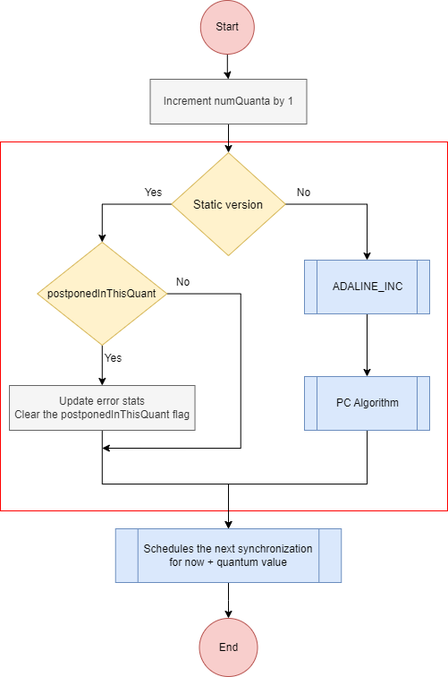
Before: Images/NewGlobalSyncEventStatic.png, a diagram exported from draw.io (HugoRibeiro-A88287-UM/MasterThesis). Source tidied: cells renumbered, new cells last; positions are measured from the earlier drawing's top-left corner, leaving out a move shared by most shapes.
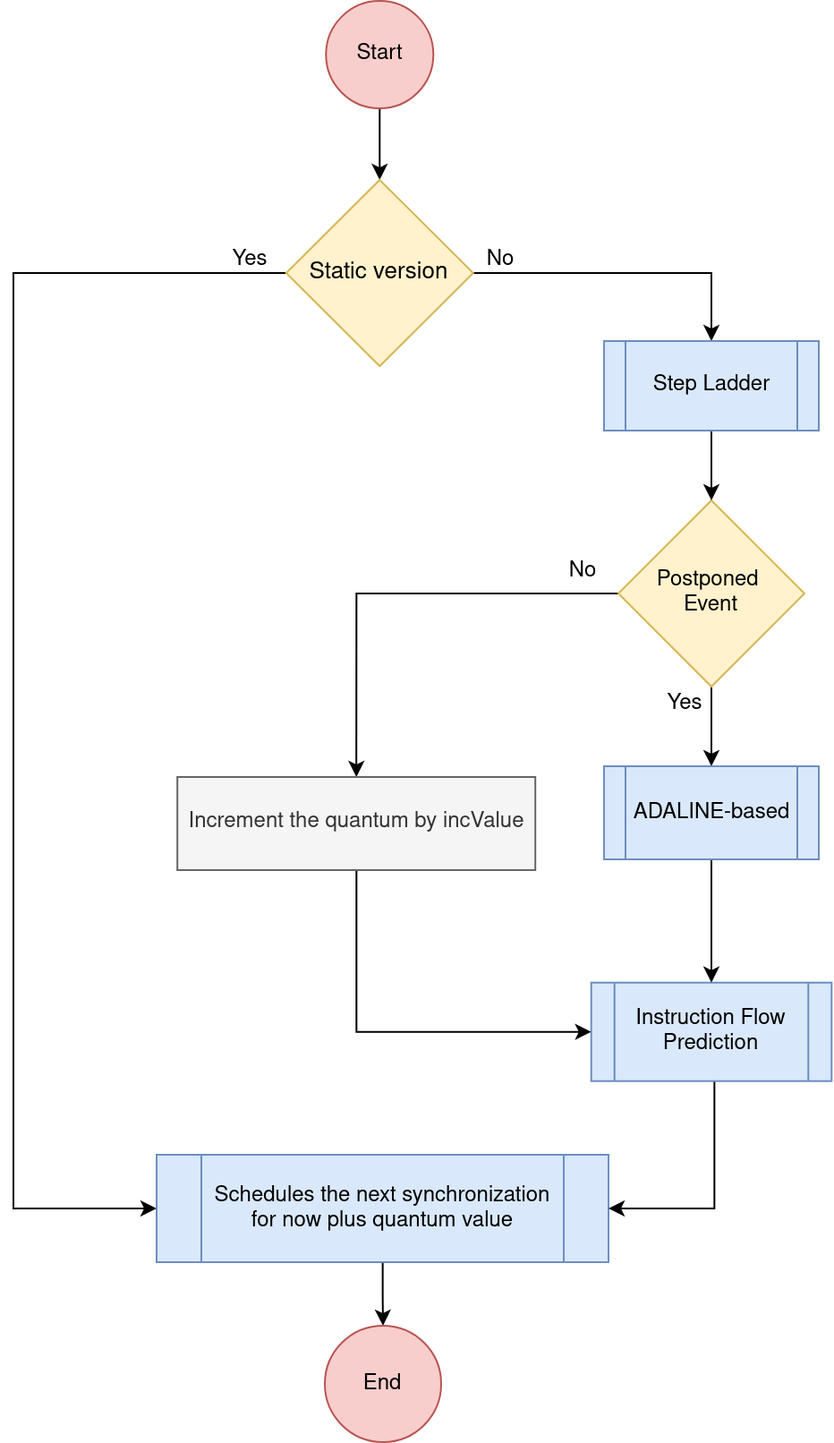
Above is the later version.

Change to the diagram source:
```diff
@@ -2,93 +2,87 @@
   <root>
     <mxCell id="0" />
     <mxCell id="1" parent="0" />
-    <mxCell id="2" style="rounded=0;whiteSpace=wrap;html=1;strokeColor=#FF0000;" parent="1" vertex="1">
-      <mxGeometry y="158" width="500" height="412" as="geometry" />
+    <mxCell id="2" style="edgeStyle=orthogonalEdgeStyle;rounded=0;jettySize=auto;html=1;entryX=0.5;entryY=0;entryDx=0;entryDy=0;" parent="1" edge="1" source="3" target="8">
+      <mxGeometry relative="1" as="geometry" />
     </mxCell>
-    <mxCell id="3" style="edgeStyle=orthogonalEdgeStyle;rounded=0;jettySize=auto;html=1;entryX=0.5;entryY=0;entryDx=0;entryDy=0;" parent="1" edge="1" source="4" target="6">
-      <mxGeometry relative="1" as="geometry" />
+    <mxCell id="3" value="Start" style="ellipse;whiteSpace=wrap;html=1;fillColor=#f8cecc;strokeColor=#b85450;" parent="1" vertex="1">
+      <mxGeometry x="234.7" y="70" width="60" height="60" as="geometry" />
     </mxCell>
-    <mxCell id="4" value="Start" style="ellipse;whiteSpace=wrap;html=1;fillColor=#f8cecc;strokeColor=#b85450;" parent="1" vertex="1">
-      <mxGeometry x="223.8" width="60" height="60" as="geometry" />
+    <mxCell id="4" style="edgeStyle=orthogonalEdgeStyle;rounded=0;jettySize=auto;html=1;" parent="1" edge="1" source="9" target="5">
+      <mxGeometry relative="1" as="geometry" />
     </mxCell>
-    <mxCell id="5" style="edgeStyle=orthogonalEdgeStyle;rounded=0;jettySize=auto;html=1;entryX=0.5;entryY=0;entryDx=0;entryDy=0;" parent="1" edge="1" source="6" target="18">
-      <mxGeometry relative="1" as="geometry" />
+    <mxCell id="5" value="End" style="ellipse;whiteSpace=wrap;html=1;fillColor=#f8cecc;strokeColor=#b85450;" parent="1" vertex="1">
+      <mxGeometry x="234" y="810" width="65" height="65" as="geometry" />
     </mxCell>
-    <mxCell id="6" value="Increment numQuanta by 1" style="rounded=0;whiteSpace=wrap;html=1;fillColor=#f5f5f5;fontColor=#333333;strokeColor=#666666;" parent="1" vertex="1">
-      <mxGeometry x="167.5" y="88" width="175" height="50" as="geometry" />
+    <mxCell id="6" style="edgeStyle=orthogonalEdgeStyle;rounded=0;jettySize=auto;html=1;entryX=0;entryY=0.5;entryDx=0;entryDy=0;" parent="1" edge="1" source="8" target="9">
+      <mxGeometry relative="1" as="geometry">
+        <Array as="points">
+          <mxPoint x="60" y="222" />
+          <mxPoint x="60" y="744" />
+        </Array>
+      </mxGeometry>
     </mxCell>
-    <mxCell id="7" style="edgeStyle=orthogonalEdgeStyle;rounded=0;jettySize=auto;html=1;" parent="1" edge="1" source="9" target="11">
+    <mxCell id="7" style="edgeStyle=orthogonalEdgeStyle;rounded=0;jettySize=auto;html=1;entryX=0.5;entryY=0;entryDx=0;entryDy=0;" parent="1" edge="1" source="8" target="24">
       <mxGeometry relative="1" as="geometry" />
     </mxCell>
-    <mxCell id="8" style="edgeStyle=orthogonalEdgeStyle;rounded=0;jettySize=auto;html=1;" parent="1" edge="1" source="9">
-      <mxGeometry relative="1" as="geometry">
-        <mxPoint x="113.8" y="500" as="targetPoint" />
-        <Array as="points">
-          <mxPoint x="268.8" y="328" />
-          <mxPoint x="268.8" y="500" />
-        </Array>
-      </mxGeometry>
+    <mxCell id="8" value="&lt;font style=&quot;font-size: 13px;&quot;&gt;Static version&lt;/font&gt;" style="rhombus;whiteSpace=wrap;html=1;rounded=0;fillColor=#fff2cc;strokeColor=#d6b656;" parent="1" vertex="1">
+      <mxGeometry x="212.4" y="170" width="104.5" height="104" as="geometry" />
     </mxCell>
-    <mxCell id="9" value="postponedInThisQuant" style="rhombus;whiteSpace=wrap;html=1;rounded=0;fillColor=#fff2cc;strokeColor=#d6b656;" parent="1" vertex="1">
-      <mxGeometry x="41.3" y="270" width="145" height="115" as="geometry" />
+    <mxCell id="9" value="Schedules the next synchronization for now plus quantum value" style="shape=process;whiteSpace=wrap;html=1;backgroundOutline=1;fillColor=#dae8fc;strokeColor=#6c8ebf;" parent="1" vertex="1">
+      <mxGeometry x="140" y="714.5" width="252.5" height="60" as="geometry" />
     </mxCell>
-    <mxCell id="10" style="edgeStyle=orthogonalEdgeStyle;rounded=0;jettySize=auto;html=1;entryX=0.5;entryY=0;entryDx=0;entryDy=0;" parent="1" edge="1" source="11" target="23">
-      <mxGeometry relative="1" as="geometry">
-        <Array as="points">
-          <mxPoint x="114" y="540" />
-          <mxPoint x="255" y="540" />
-        </Array>
-      </mxGeometry>
+    <mxCell id="10" value="No" style="text;html=1;align=center;verticalAlign=middle;strokeColor=none;fillColor=none;" parent="1" vertex="1">
+      <mxGeometry x="311.6" y="200" width="40" height="30" as="geometry" />
     </mxCell>
-    <mxCell id="11" value="&lt;div&gt;Update error stats&lt;/div&gt;&lt;div&gt;Clear the postponedInThisQuant flag&lt;br&gt;&lt;/div&gt;" style="rounded=0;whiteSpace=wrap;html=1;fillColor=#f5f5f5;fontColor=#333333;strokeColor=#666666;" parent="1" vertex="1">
-      <mxGeometry x="10" y="430" width="207.5" height="50" as="geometry" />
+    <mxCell id="11" value="Yes" style="text;html=1;align=center;verticalAlign=middle;points=[];strokeColor=none;fillColor=none;" parent="1" vertex="1">
+      <mxGeometry x="172.4" y="200" width="40" height="30" as="geometry" />
     </mxCell>
-    <mxCell id="12" style="edgeStyle=orthogonalEdgeStyle;rounded=0;jettySize=auto;html=1;" parent="1" edge="1" source="23" target="13">
-      <mxGeometry relative="1" as="geometry" />
+    <mxCell id="12" style="edgeStyle=orthogonalEdgeStyle;rounded=0;jettySize=auto;html=1;entryX=1;entryY=0.5;entryDx=0;entryDy=0;" parent="1" edge="1" source="13" target="9">
+      <mxGeometry relative="1" as="geometry">
+        <Array as="points">
+          <mxPoint x="451.6" y="744.5" />
+        </Array>
+      </mxGeometry>
     </mxCell>
-    <mxCell id="13" value="End" style="ellipse;whiteSpace=wrap;html=1;fillColor=#f8cecc;strokeColor=#b85450;" parent="1" vertex="1">
-      <mxGeometry x="222.5" y="690" width="65" height="65" as="geometry" />
+    <mxCell id="13" value="Instruction Flow Prediction" style="shape=process;whiteSpace=wrap;html=1;backgroundOutline=1;fillColor=#dae8fc;strokeColor=#6c8ebf;" parent="1" vertex="1">
+      <mxGeometry x="382.8" y="618.4" width="134.3" height="55" as="geometry" />
     </mxCell>
-    <mxCell id="14" value="Yes" style="text;html=1;align=center;verticalAlign=middle;strokeColor=none;fillColor=none;" parent="1" vertex="1">
-      <mxGeometry x="106.3" y="385" width="40" height="30" as="geometry" />
+    <mxCell id="14" style="edgeStyle=orthogonalEdgeStyle;rounded=0;jettySize=auto;html=1;" parent="1" edge="1" source="16" target="18">
+      <mxGeometry relative="1" as="geometry" />
     </mxCell>
-    <mxCell id="15" value="No" style="text;html=1;align=center;verticalAlign=middle;strokeColor=none;fillColor=none;" parent="1" vertex="1">
-      <mxGeometry x="183.8" y="300" width="40" height="30" as="geometry" />
+    <mxCell id="15" style="edgeStyle=orthogonalEdgeStyle;rounded=0;jettySize=auto;html=1;entryX=0.5;entryY=0;entryDx=0;entryDy=0;" parent="1" edge="1" source="16" target="20">
+      <mxGeometry relative="1" as="geometry" />
     </mxCell>
-    <mxCell id="16" style="edgeStyle=orthogonalEdgeStyle;rounded=0;jettySize=auto;html=1;entryX=0.5;entryY=0;entryDx=0;entryDy=0;" parent="1" edge="1" source="18" target="9">
-      <mxGeometry relative="1" as="geometry" />
+    <mxCell id="16" value="&lt;div&gt;Postponed&amp;nbsp;&lt;/div&gt;&lt;div&gt;Event&lt;/div&gt;" style="rhombus;whiteSpace=wrap;html=1;fillColor=#fff2cc;strokeColor=#d6b656;" parent="1" vertex="1">
+      <mxGeometry x="398" y="349" width="104" height="104" as="geometry" />
     </mxCell>
-    <mxCell id="17" style="edgeStyle=orthogonalEdgeStyle;rounded=0;jettySize=auto;html=1;entryX=0.5;entryY=0;entryDx=0;entryDy=0;" parent="1" edge="1" source="18" target="20">
+    <mxCell id="17" style="edgeStyle=orthogonalEdgeStyle;rounded=0;jettySize=auto;html=1;entryX=0.5;entryY=0;entryDx=0;entryDy=0;" parent="1" edge="1" source="18" target="13">
       <mxGeometry relative="1" as="geometry" />
     </mxCell>
-    <mxCell id="18" value="&lt;font style=&quot;font-size: 13px;&quot;&gt;Static version&lt;/font&gt;" style="rhombus;whiteSpace=wrap;html=1;rounded=0;fillColor=#fff2cc;strokeColor=#d6b656;" parent="1" vertex="1">
-      <mxGeometry x="191.2" y="170" width="127.5" height="115" as="geometry" />
+    <mxCell id="18" value="ADALINE-based" style="shape=process;whiteSpace=wrap;html=1;backgroundOutline=1;fillColor=#dae8fc;strokeColor=#6c8ebf;" parent="1" vertex="1">
+      <mxGeometry x="390" y="497.5" width="120" height="52" as="geometry" />
     </mxCell>
-    <mxCell id="19" style="edgeStyle=orthogonalEdgeStyle;rounded=0;jettySize=auto;html=1;" parent="1" edge="1" source="20" target="22">
-      <mxGeometry relative="1" as="geometry" />
+    <mxCell id="19" style="edgeStyle=orthogonalEdgeStyle;rounded=0;jettySize=auto;html=1;entryX=0;entryY=0.5;entryDx=0;entryDy=0;" parent="1" edge="1" source="20" target="13">
+      <mxGeometry relative="1" as="geometry">
+        <Array as="points">
+          <mxPoint x="251.6" y="645.5" />
+        </Array>
+      </mxGeometry>
     </mxCell>
-    <mxCell id="20" value="ADALINE_INC" style="shape=process;whiteSpace=wrap;html=1;backgroundOutline=1;fillColor=#dae8fc;strokeColor=#6c8ebf;" parent="1" vertex="1">
-      <mxGeometry x="340" y="290" width="140" height="60" as="geometry" />
+    <mxCell id="20" value="Increment the quantum by incValue" style="rounded=0;whiteSpace=wrap;html=1;fillColor=#f5f5f5;fontColor=#333333;strokeColor=#666666;" parent="1" vertex="1">
+      <mxGeometry x="151.6" y="503.5" width="200" height="52" as="geometry" />
     </mxCell>
-    <mxCell id="21" style="edgeStyle=orthogonalEdgeStyle;rounded=0;jettySize=auto;html=1;entryX=0.5;entryY=0;entryDx=0;entryDy=0;" parent="1" edge="1" source="22" target="23">
-      <mxGeometry relative="1" as="geometry">
-        <Array as="points">
-          <mxPoint x="410" y="540" />
-          <mxPoint x="255" y="540" />
-        </Array>
-      </mxGeometry>
+    <mxCell id="21" value="No" style="text;html=1;align=center;verticalAlign=middle;strokeColor=none;fillColor=none;" parent="1" vertex="1">
+      <mxGeometry x="358" y="373.5" width="40" height="30" as="geometry" />
     </mxCell>
-    <mxCell id="22" value="PC Algorithm" style="shape=process;whiteSpace=wrap;html=1;backgroundOutline=1;fillColor=#dae8fc;strokeColor=#6c8ebf;" parent="1" vertex="1">
-      <mxGeometry x="340" y="420" width="140" height="60" as="geometry" />
+    <mxCell id="22" value="Yes" style="text;html=1;align=center;verticalAlign=middle;points=[];strokeColor=none;fillColor=none;" parent="1" vertex="1">
+      <mxGeometry x="415" y="447.5" width="40" height="30" as="geometry" />
     </mxCell>
-    <mxCell id="23" value="Schedules the next synchronization for now + quantum value" style="shape=process;whiteSpace=wrap;html=1;backgroundOutline=1;fillColor=#dae8fc;strokeColor=#6c8ebf;" parent="1" vertex="1">
-      <mxGeometry x="128.8" y="590" width="252.5" height="60" as="geometry" />
+    <mxCell id="23" style="edgeStyle=orthogonalEdgeStyle;rounded=0;jettySize=auto;html=1;entryX=0.5;entryY=0;entryDx=0;entryDy=0;" parent="1" edge="1" source="24" target="16">
+      <mxGeometry relative="1" as="geometry" />
     </mxCell>
-    <mxCell id="24" value="No" style="text;html=1;align=center;verticalAlign=middle;points=[];strokeColor=none;fillColor=none;" parent="1" vertex="1">
-      <mxGeometry x="318.8" y="200" width="40" height="30" as="geometry" />
+    <mxCell id="24" value="Step Ladder" style="shape=process;whiteSpace=wrap;html=1;backgroundOutline=1;fillColor=#dae8fc;strokeColor=#6c8ebf;" parent="1" vertex="1">
+      <mxGeometry x="390" y="260" width="120" height="50" as="geometry" />
     </mxCell>
-    <mxCell id="25" value="Yes" style="text;html=1;align=center;verticalAlign=middle;strokeColor=none;fillColor=none;" parent="1" vertex="1">
-      <mxGeometry x="151.2" y="200" width="40" height="30" as="geometry" />
-    </mxCell>
   </root>
 </mxGraphModel>
```
